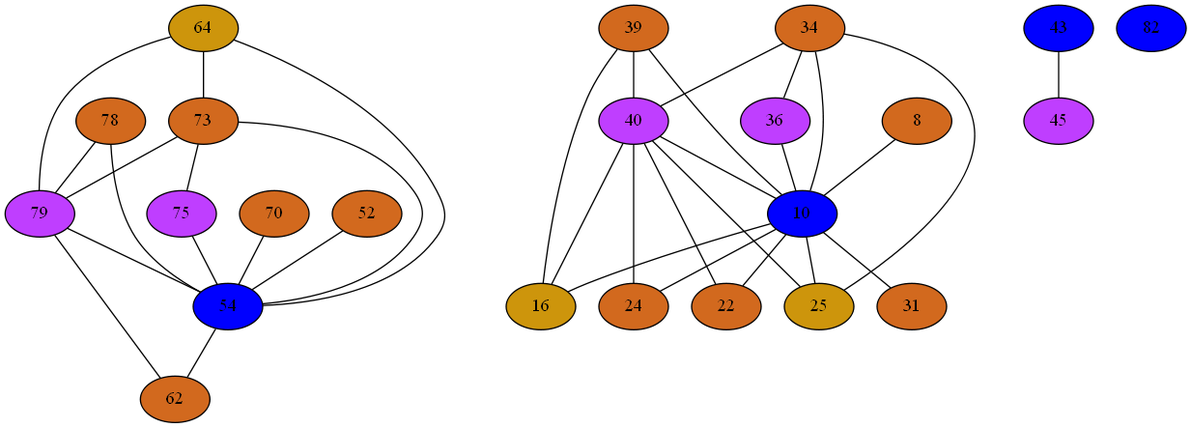
This is Compiler/15iGraph.png from mbajaj92/Project-Astoria, a Graphviz export, as it was before one commit. Its source is kept beside it as Compiler/15iGraph.dot.
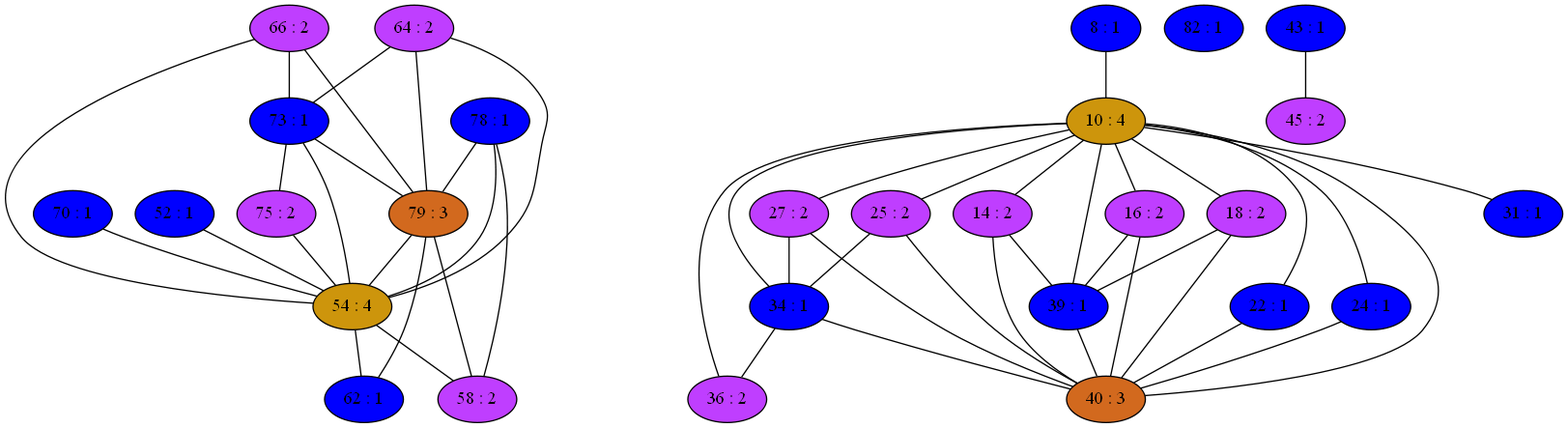
Later version of the same file.

What changed in the source:
```diff
@@ -1,93 +1,128 @@
 strict graph {
-64[label="64" style=filled fillcolor="darkgoldenrod3"];
+64[label="64 : 2" style=filled fillcolor="darkorchid1"];
 64 -- 54
 64 -- 73
 64 -- 79
-34[label="34" style=filled fillcolor="chocolate"];
+66[label="66 : 2" style=filled fillcolor="darkorchid1"];
+66 -- 54
+66 -- 73
+66 -- 79
+70[label="70 : 1" style=filled fillcolor="blue1"];
+70 -- 54
+8[label="8 : 1" style=filled fillcolor="blue1"];
+8 -- 10
+73[label="73 : 1" style=filled fillcolor="blue1"];
+73 -- 64
+73 -- 66
+73 -- 54
+73 -- 75
+73 -- 79
+10[label="10 : 4" style=filled fillcolor="darkgoldenrod3"];
+10 -- 34
+10 -- 36
+10 -- 39
+10 -- 40
+10 -- 8
+10 -- 14
+10 -- 16
+10 -- 18
+10 -- 22
+10 -- 24
+10 -- 25
+10 -- 27
+10 -- 31
+75[label="75 : 2" style=filled fillcolor="darkorchid1"];
+75 -- 54
+75 -- 73
+14[label="14 : 2" style=filled fillcolor="darkorchid1"];
+14 -- 39
+14 -- 40
+14 -- 10
+78[label="78 : 1" style=filled fillcolor="blue1"];
+78 -- 54
+78 -- 58
+78 -- 79
+79[label="79 : 3" style=filled fillcolor="chocolate"];
+79 -- 64
+79 -- 66
+79 -- 54
+79 -- 73
+79 -- 58
+79 -- 78
+79 -- 62
+16[label="16 : 2" style=filled fillcolor="darkorchid1"];
+16 -- 39
+16 -- 40
+16 -- 10
+18[label="18 : 2" style=filled fillcolor="darkorchid1"];
+18 -- 39
+18 -- 40
+18 -- 10
+82[label="82 : 1" style=filled fillcolor="blue1"];
+22[label="22 : 1" style=filled fillcolor="blue1"];
+22 -- 40
+22 -- 10
+24[label="24 : 1" style=filled fillcolor="blue1"];
+24 -- 40
+24 -- 10
+25[label="25 : 2" style=filled fillcolor="darkorchid1"];
+25 -- 34
+25 -- 40
+25 -- 10
+27[label="27 : 2" style=filled fillcolor="darkorchid1"];
+27 -- 34
+27 -- 40
+27 -- 10
+31[label="31 : 1" style=filled fillcolor="blue1"];
+31 -- 10
+34[label="34 : 1" style=filled fillcolor="blue1"];
 34 -- 36
 34 -- 40
 34 -- 25
 34 -- 10
-36[label="36" style=filled fillcolor="darkorchid1"];
+34 -- 27
+36[label="36 : 2" style=filled fillcolor="darkorchid1"];
 36 -- 34
 36 -- 10
-70[label="70" style=filled fillcolor="chocolate"];
-70 -- 54
-39[label="39" style=filled fillcolor="chocolate"];
+39[label="39 : 1" style=filled fillcolor="blue1"];
 39 -- 16
+39 -- 18
 39 -- 40
 39 -- 10
-40[label="40" style=filled fillcolor="darkorchid1"];
+39 -- 14
+40[label="40 : 3" style=filled fillcolor="chocolate"];
 40 -- 16
 40 -- 34
+40 -- 18
 40 -- 22
 40 -- 39
 40 -- 24
 40 -- 25
 40 -- 10
-8[label="8" style=filled fillcolor="chocolate"];
-8 -- 10
-73[label="73" style=filled fillcolor="chocolate"];
-73 -- 64
-73 -- 54
-73 -- 75
-73 -- 79
-10[label="10" style=filled fillcolor="blue1"];
-10 -- 16
-10 -- 34
-10 -- 36
-10 -- 22
-10 -- 39
-10 -- 40
-10 -- 24
-10 -- 8
-10 -- 25
-10 -- 31
-43[label="43" style=filled fillcolor="blue1"];
+40 -- 27
+40 -- 14
+43[label="43 : 1" style=filled fillcolor="blue1"];
 43 -- 45
-75[label="75" style=filled fillcolor="darkorchid1"];
-75 -- 54
-75 -- 73
-45[label="45" style=filled fillcolor="darkorchid1"];
+45[label="45 : 2" style=filled fillcolor="darkorchid1"];
 45 -- 43
-78[label="78" style=filled fillcolor="chocolate"];
-78 -- 54
-78 -- 79
-79[label="79" style=filled fillcolor="darkorchid1"];
-79 -- 64
-79 -- 54
-79 -- 73
-79 -- 78
-79 -- 62
-16[label="16" style=filled fillcolor="darkgoldenrod3"];
-16 -- 39
-16 -- 40
-16 -- 10
-82[label="82" style=filled fillcolor="blue1"];
-52[label="52" style=filled fillcolor="chocolate"];
+52[label="52 : 1" style=filled fillcolor="blue1"];
 52 -- 54
-22[label="22" style=filled fillcolor="chocolate"];
-22 -- 40
-22 -- 10
-54[label="54" style=filled fillcolor="blue1"];
+54[label="54 : 4" style=filled fillcolor="darkgoldenrod3"];
 54 -- 64
+54 -- 66
 54 -- 52
 54 -- 70
 54 -- 73
+54 -- 58
 54 -- 75
 54 -- 78
 54 -- 62
 54 -- 79
-24[label="24" style=filled fillcolor="chocolate"];
-24 -- 40
-24 -- 10
-25[label="25" style=filled fillcolor="darkgoldenrod3"];
-25 -- 34
-25 -- 40
-25 -- 10
-62[label="62" style=filled fillcolor="chocolate"];
+58[label="58 : 2" style=filled fillcolor="darkorchid1"];
+58 -- 54
+58 -- 78
+58 -- 79
+62[label="62 : 1" style=filled fillcolor="blue1"];
 62 -- 54
 62 -- 79
-31[label="31" style=filled fillcolor="chocolate"];
-31 -- 10
 }
```
